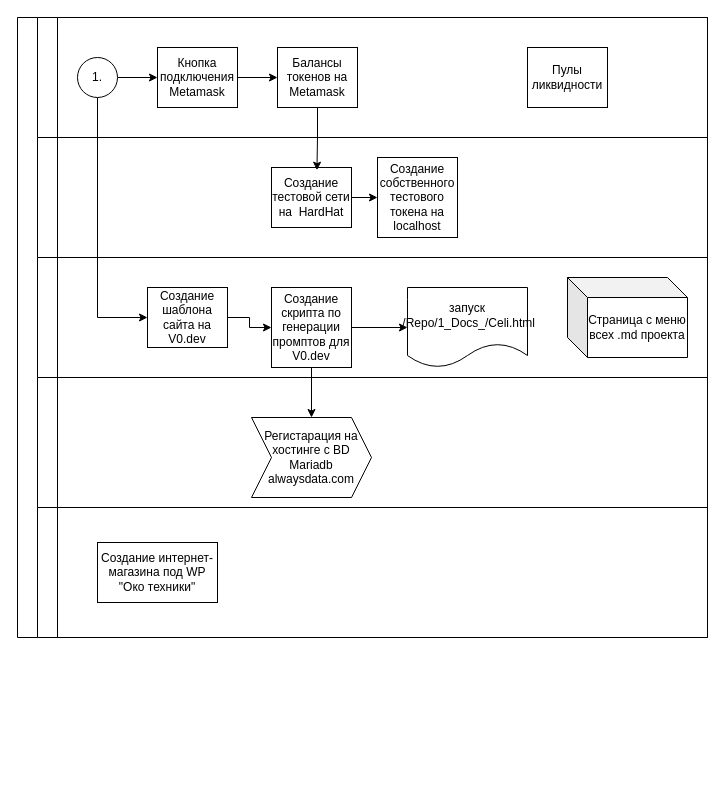
This is HardHat_1.drawio from ElvenRivendil/Diagrams_blocks_algoritms, a draw.io file, before an edit. Source tidied: cells renumbered, new cells numbered last; positions are measured from the earlier drawing's top-left corner, leaving out a move shared by most shapes. Both pictures are drawn from the tidied source at 100%, with x=0, y=0 at pixel (17, 17).
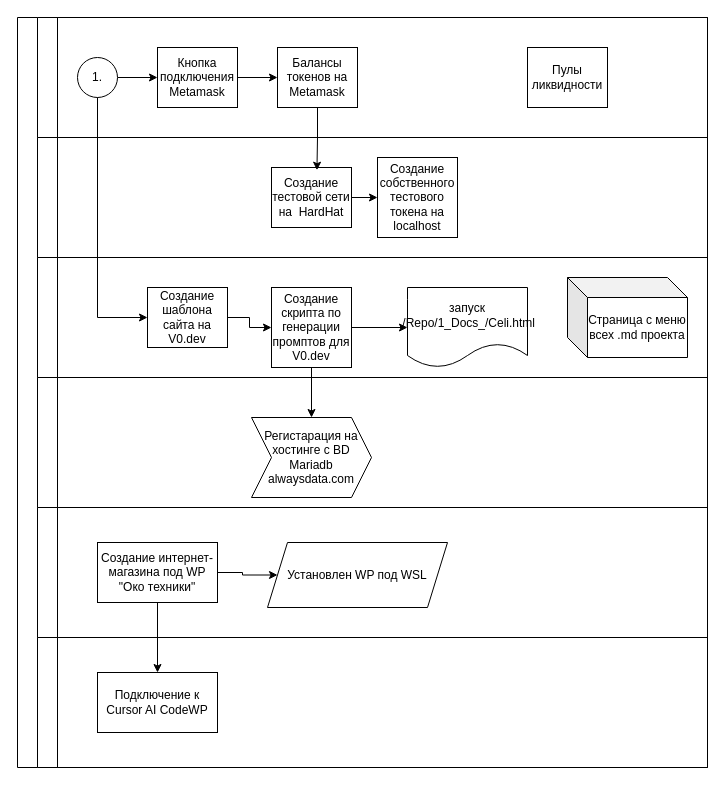
Above is the later version.

Unchanged cells that the change refers to:
```xml
<mxCell id="24" style="swimlane;html=1;startSize=20;horizontal=0;" parent="2" vertex="1">
  <mxGeometry x="20" y="490" width="670" height="130" as="geometry" />
</mxCell>
<mxCell id="25" value="Создание интернет-магазина под WP&lt;br&gt;&quot;Око техники&quot;" style="rounded=0;whiteSpace=wrap;html=1;" parent="24" vertex="1">
  <mxGeometry x="60" y="35" width="120" height="60" as="geometry" />
</mxCell>
```

The edit, as a diff of the source:
```diff
@@
     <mxCell id="2" style="swimlane;html=1;horizontal=0;startSize=20;" parent="1" vertex="1">
-      <mxGeometry width="690" height="620" as="geometry" />
+      <mxGeometry width="690" height="750" as="geometry" />
     </mxCell>
@@
+    <mxCell id="28" style="edgeStyle=orthogonalEdgeStyle;rounded=0;jettySize=auto;html=1;exitX=1;exitY=0.5;exitDx=0;exitDy=0;entryX=0;entryY=0.5;entryDx=0;entryDy=0;" parent="24" edge="1" source="25" target="29">
+      <mxGeometry relative="1" as="geometry" />
+    </mxCell>
@@
+    <mxCell id="29" value="Установлен WP под WSL" style="shape=parallelogram;perimeter=parallelogramPerimeter;whiteSpace=wrap;html=1;fixedSize=1;" parent="24" vertex="1">
+      <mxGeometry x="230" y="35" width="180" height="65" as="geometry" />
+    </mxCell>
+    <mxCell id="30" style="edgeStyle=orthogonalEdgeStyle;rounded=0;jettySize=auto;html=1;exitX=0.5;exitY=1;exitDx=0;exitDy=0;entryX=0.5;entryY=0;entryDx=0;entryDy=0;" parent="2" edge="1" source="25" target="32">
+      <mxGeometry relative="1" as="geometry" />
+    </mxCell>
+    <mxCell id="31" style="swimlane;html=1;startSize=20;horizontal=0;" parent="2" vertex="1">
+      <mxGeometry x="20" y="620" width="670" height="130" as="geometry" />
+    </mxCell>
+    <mxCell id="32" value="Подключение к Cursor AI CodeWP" style="rounded=0;whiteSpace=wrap;html=1;" parent="31" vertex="1">
+      <mxGeometry x="60" y="35" width="120" height="60" as="geometry" />
+    </mxCell>
```
